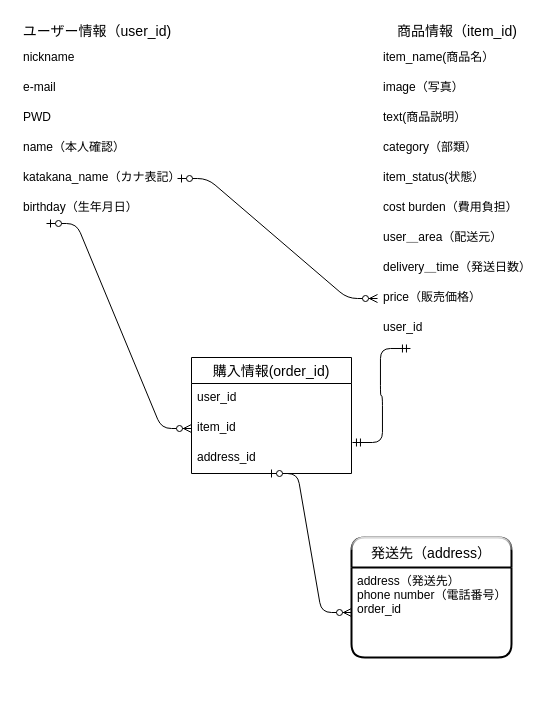
This is .dio from reito010/furima-35000, a draw.io file, before an edit. Source tidied: cells renumbered, new cells numbered last; positions are measured from the earlier drawing's top-left corner, leaving out a move shared by most shapes. Both pictures are drawn from the tidied source at 100%, with x=0, y=0 at pixel (17, 17).
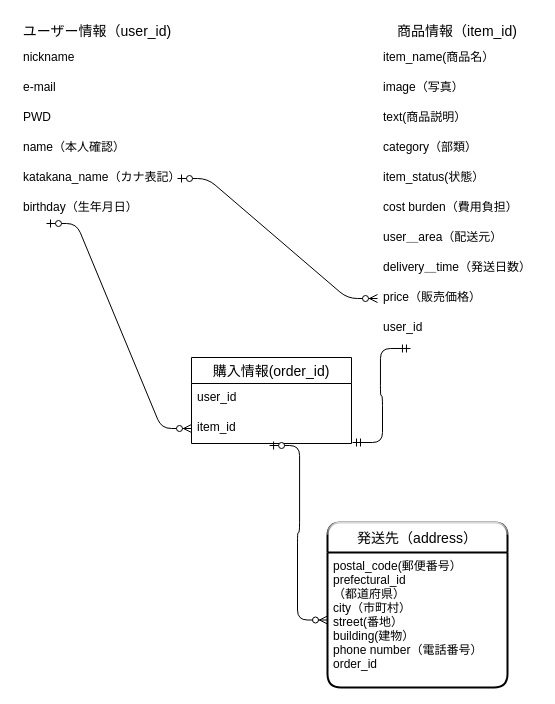
The same page after the edit.

Unchanged cells that the change refers to:
```xml
<mxCell id="4" value="item_id" style="text;strokeColor=none;fillColor=none;spacingLeft=4;spacingRight=4;overflow=hidden;points=[[0,0.5],[1,0.5]];portConstraint=eastwest;fontSize=12;" parent="2" vertex="1">
  <mxGeometry y="56" width="160" height="30" as="geometry" />
</mxCell>
<mxCell id="26" value="user_id" style="text;strokeColor=none;fillColor=none;spacingLeft=4;spacingRight=4;overflow=hidden;points=[[0,0.5],[1,0.5]];portConstraint=eastwest;fontSize=12;" parent="16" vertex="1">
  <mxGeometry y="296" width="160" height="34" as="geometry" />
</mxCell>
```

Change to the diagram source:
```diff
@@
     <mxCell id="2" value="購入情報(order_id)" style="swimlane;fontStyle=0;horizontal=1;startSize=26;align=center;fontSize=14;" parent="1" vertex="1">
-      <mxGeometry x="174" y="340" width="160" height="116" as="geometry" />
+      <mxGeometry x="174" y="340" width="160" height="86" as="geometry" />
     </mxCell>
@@
-    <mxCell id="5" value="address_id" style="text;strokeColor=none;fillColor=none;spacingLeft=4;spacingRight=4;overflow=hidden;points=[[0,0.5],[1,0.5]];portConstraint=eastwest;fontSize=12;" parent="2" vertex="1">
-      <mxGeometry y="86" width="160" height="30" as="geometry" />
-    </mxCell>
-    <mxCell id="6" style="edgeStyle=entityRelationEdgeStyle;fontSize=12;html=1;endArrow=ERzeroToMany;startArrow=ERzeroToOne;" parent="2" edge="1" target="8">
-      <mxGeometry relative="1" as="geometry">
-        <mxPoint x="76" y="116" as="sourcePoint" />
-      </mxGeometry>
-    </mxCell>
     <mxCell id="7" value="発送先（address）" style="swimlane;horizontal=1;startSize=30;rounded=1;fontSize=14;fontStyle=0;strokeWidth=2;shadow=0;dashed=0;align=center;glass=1;" parent="1" vertex="1">
-      <mxGeometry x="334" y="520" width="160" height="120" as="geometry" />
+      <mxGeometry x="310" y="505" width="180" height="165" as="geometry" />
     </mxCell>
-    <mxCell id="8" value="address（発送先）&#10;phone number（電話番号）&#10;order_id" style="align=left;strokeColor=none;fillColor=none;spacingLeft=4;fontSize=12;verticalAlign=top;" parent="7" vertex="1">
-      <mxGeometry y="30" width="160" height="90" as="geometry" />
+    <mxCell id="8" value="postal_code(郵便番号）&#10;prefectural_id　&#10;（都道府県）&#10;city（市町村）&#10;street(番地）&#10;building(建物）&#10;phone number（電話番号）&#10;order_id" style="align=left;strokeColor=none;fillColor=none;spacingLeft=4;fontSize=12;verticalAlign=top;" parent="7" vertex="1">
+      <mxGeometry y="30" width="180" height="135" as="geometry" />
     </mxCell>
@@
-    <mxCell id="29" style="edgeStyle=entityRelationEdgeStyle;fontSize=12;html=1;endArrow=ERmandOne;startArrow=ERmandOne;entryX=0.206;entryY=1.029;entryDx=0;entryDy=0;entryPerimeter=0;exitX=1.006;exitY=-0.033;exitDx=0;exitDy=0;exitPerimeter=0;" parent="1" edge="1" source="5" target="26">
-      <mxGeometry relative="1" as="geometry" />
+    <mxCell id="29" style="edgeStyle=entityRelationEdgeStyle;fontSize=12;html=1;endArrow=ERmandOne;startArrow=ERmandOne;entryX=0.206;entryY=1.029;entryDx=0;entryDy=0;entryPerimeter=0;exitX=1.006;exitY=-0.033;exitDx=0;exitDy=0;exitPerimeter=0;" parent="1" edge="1" target="26">
+      <mxGeometry relative="1" as="geometry">
+        <mxPoint x="335" y="425" as="sourcePoint" />
+      </mxGeometry>
     </mxCell>
+    <mxCell id="6" style="edgeStyle=entityRelationEdgeStyle;fontSize=12;html=1;endArrow=ERzeroToMany;startArrow=ERzeroToOne;exitX=0.488;exitY=1.067;exitDx=0;exitDy=0;exitPerimeter=0;" parent="1" edge="1" source="4" target="8">
+      <mxGeometry relative="1" as="geometry" />
+    </mxCell>
```
